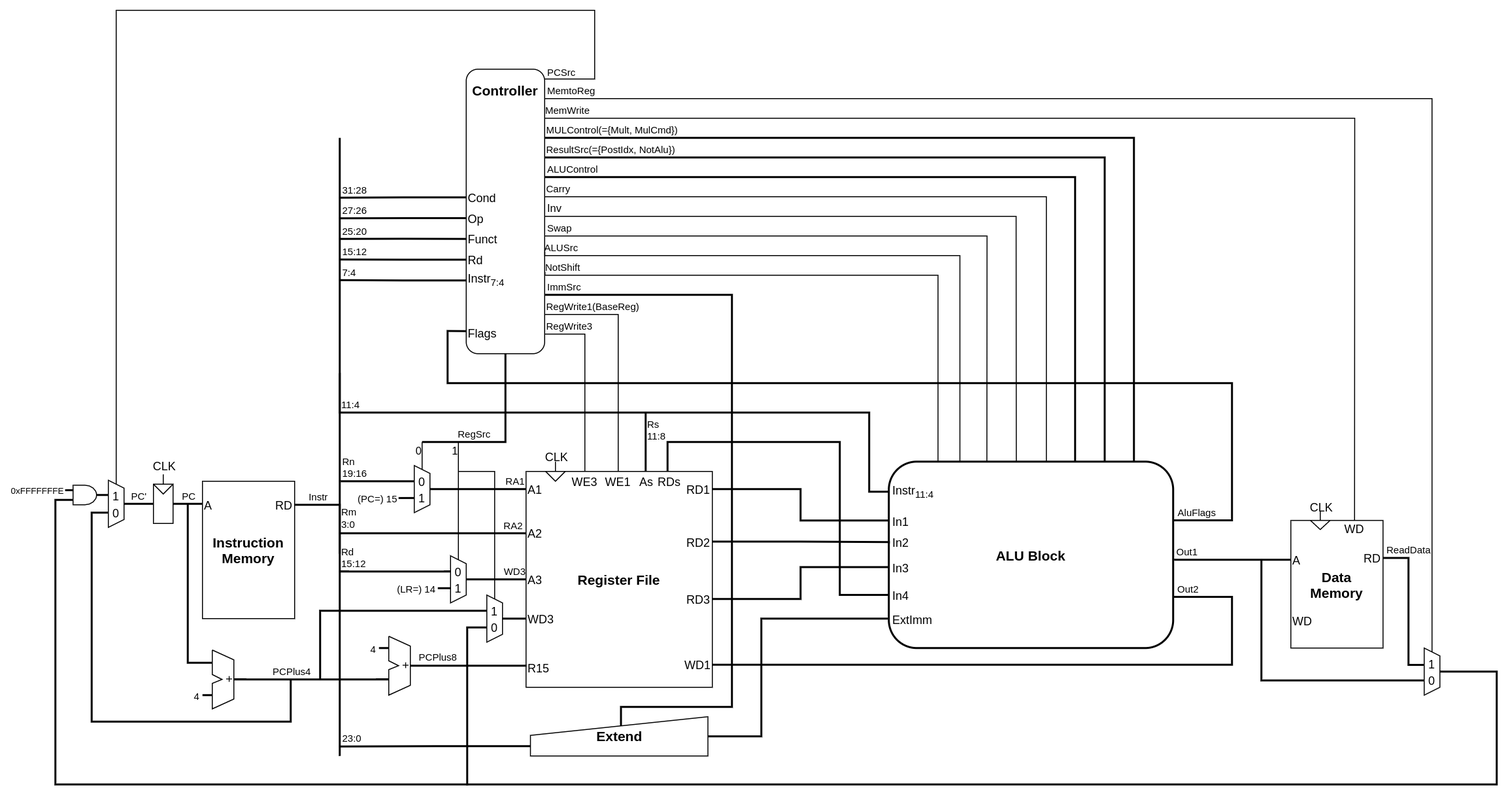
Above: asset/arm_cpu_diagram.drawio.png in takah29/arm-cpu (draw.io), before the change. Source tidied: cells renumbered, new cells last; positions are measured from the earlier drawing's top-left corner, leaving out a move shared by most shapes.
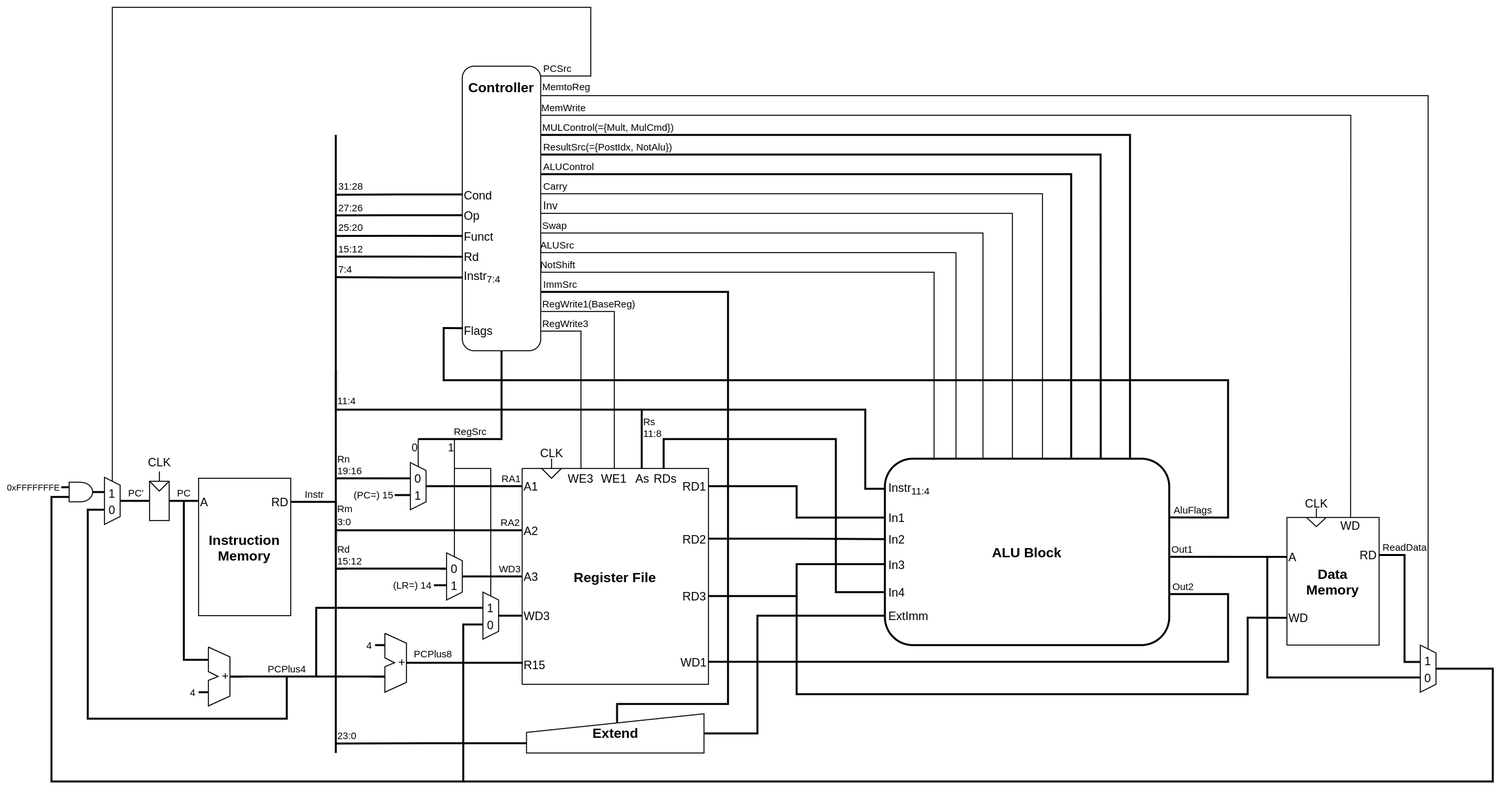
Later version of the same file.

Commit message:
回路図の修正

Diff of the diagram source:
```diff
@@ -309,10 +309,10 @@
     </mxCell>
     <mxCell id="63" style="edgeStyle=orthogonalEdgeStyle;rounded=0;jettySize=auto;html=1;exitX=0.687;exitY=0.994;exitDx=0;exitDy=0;endArrow=none;endFill=0;exitPerimeter=0;strokeWidth=2;" parent="1" edge="1" source="58">
       <mxGeometry relative="1" as="geometry">
-        <mxPoint x="1230" y="560" as="targetPoint" />
+        <mxPoint x="1240" y="560" as="targetPoint" />
         <Array as="points">
-          <mxPoint x="1230" y="683" />
-          <mxPoint x="1230" y="560" />
+          <mxPoint x="1240" y="683" />
+          <mxPoint x="1240" y="560" />
         </Array>
       </mxGeometry>
     </mxCell>
@@ -962,5 +962,15 @@
         <mxPoint x="13" y="1" as="offset" />
       </mxGeometry>
     </mxCell>
+    <mxCell id="188" style="edgeStyle=orthogonalEdgeStyle;rounded=0;jettySize=auto;html=1;exitX=0;exitY=0.5;exitDx=0;exitDy=0;strokeWidth=2;endArrow=none;endFill=0;" parent="1" edge="1" source="92">
+      <mxGeometry relative="1" as="geometry">
+        <mxPoint x="760" y="600" as="targetPoint" />
+        <Array as="points">
+          <mxPoint x="1220" y="622" />
+          <mxPoint x="1220" y="700" />
+          <mxPoint x="760" y="700" />
+        </Array>
+      </mxGeometry>
+    </mxCell>
   </root>
 </mxGraphModel>
```
